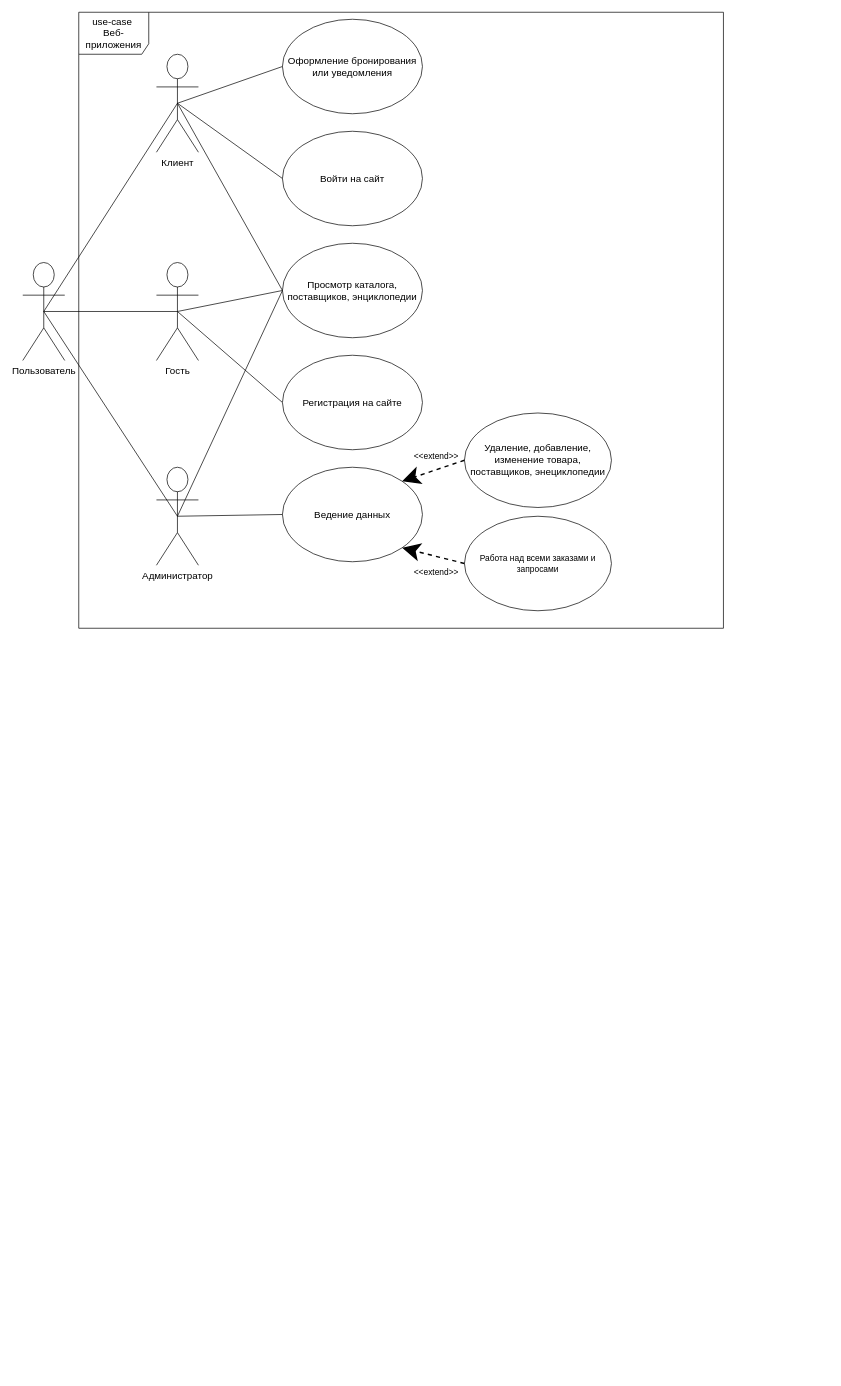
This is documentation/UML Web-appl.drawio from romankuz19/web-application-coursework, a draw.io file, before an edit. Source tidied: cells renumbered, new cells numbered last; positions are measured from the earlier drawing's top-left corner, leaving out a move shared by most shapes. Both pictures are drawn from the tidied source at 70%, with x=0, y=0 at pixel (22, 12).
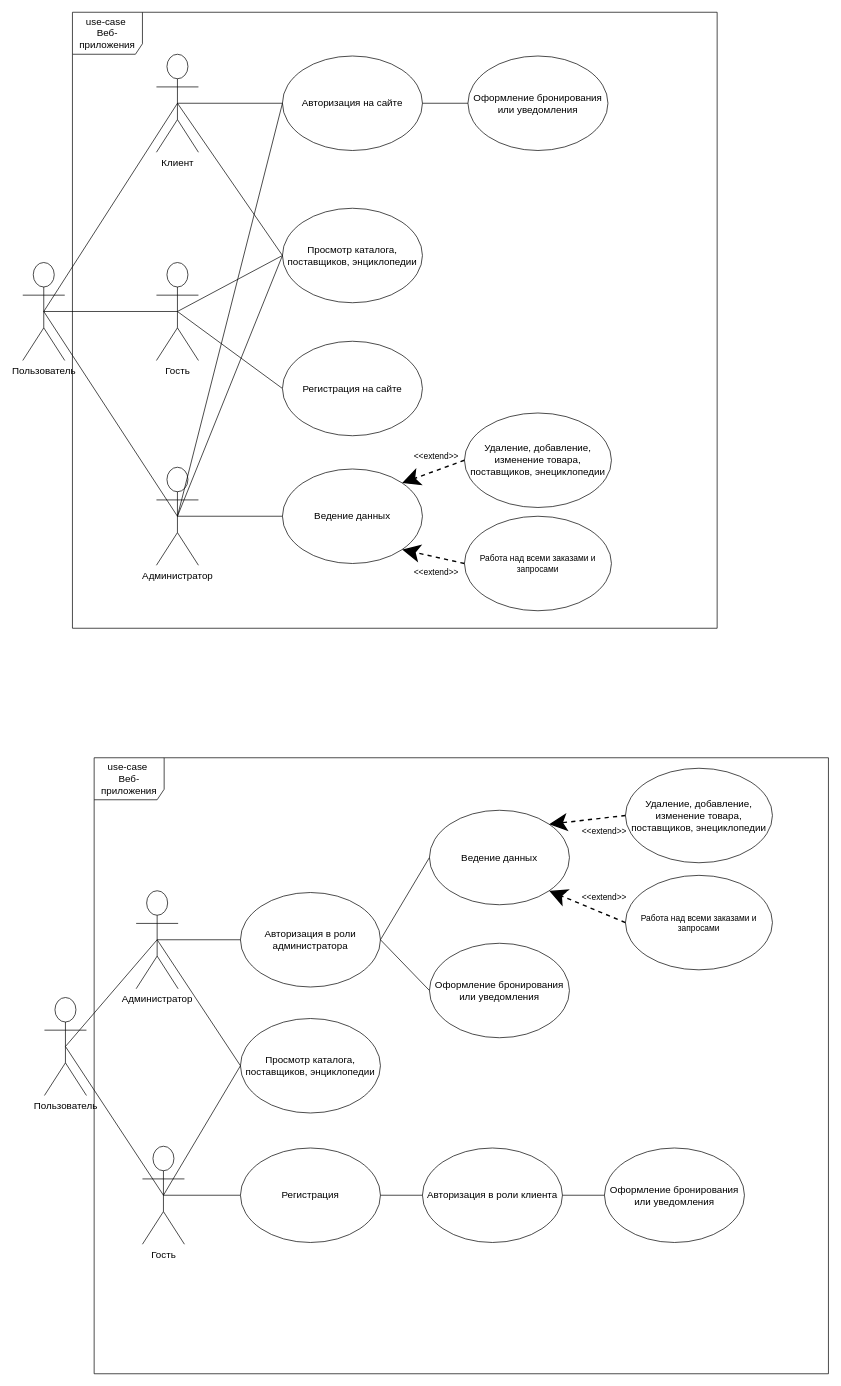
The same diagram, later.

The change refers to these unchanged cells:
```xml
<mxCell id="7" value="&lt;font style=&quot;font-size: 14px&quot;&gt;Клиент&lt;/font&gt;" style="shape=umlActor;verticalLabelPosition=bottom;verticalAlign=top;html=1;" parent="1" vertex="1">
  <mxGeometry x="191" y="60" width="60" height="140" as="geometry" />
</mxCell>
<mxCell id="17" value="&lt;font style=&quot;font-size: 14px&quot;&gt;Администратор&lt;/font&gt;" style="shape=umlActor;verticalLabelPosition=bottom;verticalAlign=top;html=1;" parent="1" vertex="1">
  <mxGeometry x="191" y="650" width="60" height="140" as="geometry" />
</mxCell>
```

What changed in the source:
```diff
@@
     <mxCell id="2" value="&lt;font style=&quot;font-size: 14px&quot;&gt;use-case&amp;nbsp;&lt;br&gt;Веб-приложения&lt;br&gt;&lt;/font&gt;" style="shape=umlFrame;whiteSpace=wrap;html=1;width=100;height=60;perimeterSpacing=0;shadow=0;" parent="1" vertex="1">
-      <mxGeometry x="80" width="921" height="880" as="geometry" />
+      <mxGeometry x="71" width="921" height="880" as="geometry" />
     </mxCell>
@@
     <mxCell id="9" value="&lt;font style=&quot;font-size: 14px&quot;&gt;Регистрация на сайте&lt;/font&gt;" style="ellipse;whiteSpace=wrap;html=1;" parent="1" vertex="1">
-      <mxGeometry x="371" y="490" width="200" height="135" as="geometry" />
+      <mxGeometry x="371" y="470" width="200" height="135" as="geometry" />
     </mxCell>
     <mxCell id="10" value="&lt;font style=&quot;font-size: 14px&quot;&gt;Просмотр каталога, поставщиков, энциклопедии&lt;/font&gt;" style="ellipse;whiteSpace=wrap;html=1;" parent="1" vertex="1">
-      <mxGeometry x="371" y="330" width="200" height="135" as="geometry" />
+      <mxGeometry x="371" y="280" width="200" height="135" as="geometry" />
     </mxCell>
@@
-    <mxCell id="12" value="&lt;font style=&quot;font-size: 14px&quot;&gt;Войти на сайт&lt;/font&gt;" style="ellipse;whiteSpace=wrap;html=1;" parent="1" vertex="1">
-      <mxGeometry x="371" y="170" width="200" height="135" as="geometry" />
+    <mxCell id="12" value="&lt;font style=&quot;font-size: 14px&quot;&gt;Авторизация на сайте&lt;/font&gt;" style="ellipse;whiteSpace=wrap;html=1;" parent="1" vertex="1">
+      <mxGeometry x="371" y="62.5" width="200" height="135" as="geometry" />
     </mxCell>
@@
     <mxCell id="15" value="&lt;span style=&quot;font-size: 14px&quot;&gt;Оформление бронирования или уведомления&lt;/span&gt;" style="ellipse;whiteSpace=wrap;html=1;" parent="1" vertex="1">
-      <mxGeometry x="371" y="10" width="200" height="135" as="geometry" />
+      <mxGeometry x="636" y="62.5" width="200" height="135" as="geometry" />
     </mxCell>
-    <mxCell id="16" style="endArrow=none;html=1;exitX=0.5;exitY=0.5;exitDx=0;exitDy=0;exitPerimeter=0;entryX=0;entryY=0.5;entryDx=0;entryDy=0;" parent="1" edge="1" source="7" target="15">
-      <mxGeometry relative="1" as="geometry" />
-    </mxCell>
@@
     <mxCell id="19" value="&lt;span style=&quot;font-size: 14px&quot;&gt;Ведение данных&lt;/span&gt;" style="ellipse;whiteSpace=wrap;html=1;" parent="1" vertex="1">
-      <mxGeometry x="371" y="650" width="200" height="135" as="geometry" />
+      <mxGeometry x="371" y="652.5" width="200" height="135" as="geometry" />
     </mxCell>
@@
+    <mxCell id="28" style="endArrow=none;html=1;exitX=1;exitY=0.5;exitDx=0;exitDy=0;entryX=0;entryY=0.5;entryDx=0;entryDy=0;" parent="1" edge="1" source="12" target="15">
+      <mxGeometry relative="1" as="geometry" />
+    </mxCell>
+    <mxCell id="29" style="endArrow=none;html=1;exitX=0.5;exitY=0.5;exitDx=0;exitDy=0;exitPerimeter=0;entryX=0;entryY=0.5;entryDx=0;entryDy=0;" parent="1" edge="1" source="17" target="12">
+      <mxGeometry relative="1" as="geometry" />
+    </mxCell>
+    <mxCell id="30" value="&lt;font style=&quot;font-size: 14px&quot;&gt;use-case&amp;nbsp;&lt;br&gt;Веб-приложения&lt;br&gt;&lt;/font&gt;" style="shape=umlFrame;whiteSpace=wrap;html=1;width=100;height=60;perimeterSpacing=0;shadow=0;" parent="1" vertex="1">
+      <mxGeometry x="102" y="1065" width="1049" height="880" as="geometry" />
+    </mxCell>
+    <mxCell id="31" value="&lt;font style=&quot;font-size: 14px&quot;&gt;Пользователь&lt;/font&gt;" style="shape=umlActor;verticalLabelPosition=bottom;verticalAlign=top;html=1;" parent="1" vertex="1">
+      <mxGeometry x="31" y="1407.5" width="60" height="140" as="geometry" />
+    </mxCell>
+    <mxCell id="32" style="endArrow=none;html=1;entryX=0.5;entryY=0.5;entryDx=0;entryDy=0;exitX=0.5;exitY=0.5;exitDx=0;exitDy=0;exitPerimeter=0;entryPerimeter=0;" parent="1" edge="1" source="31" target="33">
+      <mxGeometry relative="1" as="geometry" />
+    </mxCell>
+    <mxCell id="33" value="&lt;font style=&quot;font-size: 14px&quot;&gt;Гость&lt;/font&gt;" style="shape=umlActor;verticalLabelPosition=bottom;verticalAlign=top;html=1;" parent="1" vertex="1">
+      <mxGeometry x="171" y="1620" width="60" height="140" as="geometry" />
+    </mxCell>
+    <mxCell id="34" style="endArrow=none;html=1;exitX=0.5;exitY=0.5;exitDx=0;exitDy=0;exitPerimeter=0;entryX=0;entryY=0.5;entryDx=0;entryDy=0;" parent="1" edge="1" source="33" target="35">
+      <mxGeometry relative="1" as="geometry" />
+    </mxCell>
+    <mxCell id="35" value="&lt;font style=&quot;font-size: 14px&quot;&gt;Регистрация&lt;/font&gt;" style="ellipse;whiteSpace=wrap;html=1;" parent="1" vertex="1">
+      <mxGeometry x="311" y="1622.5" width="200" height="135" as="geometry" />
+    </mxCell>
+    <mxCell id="36" value="&lt;font style=&quot;font-size: 14px&quot;&gt;Просмотр каталога, поставщиков, энциклопедии&lt;/font&gt;" style="ellipse;whiteSpace=wrap;html=1;" parent="1" vertex="1">
+      <mxGeometry x="311" y="1437.5" width="200" height="135" as="geometry" />
+    </mxCell>
+    <mxCell id="37" style="endArrow=none;html=1;exitX=0.5;exitY=0.5;exitDx=0;exitDy=0;exitPerimeter=0;entryX=0;entryY=0.5;entryDx=0;entryDy=0;" parent="1" edge="1" source="33" target="36">
+      <mxGeometry relative="1" as="geometry" />
+    </mxCell>
+    <mxCell id="38" value="&lt;font style=&quot;font-size: 14px&quot;&gt;Авторизация в роли клиента&lt;/font&gt;" style="ellipse;whiteSpace=wrap;html=1;" parent="1" vertex="1">
+      <mxGeometry x="571" y="1622.5" width="200" height="135" as="geometry" />
+    </mxCell>
+    <mxCell id="39" value="&lt;span style=&quot;font-size: 14px&quot;&gt;Оформление бронирования или уведомления&lt;/span&gt;" style="ellipse;whiteSpace=wrap;html=1;" parent="1" vertex="1">
+      <mxGeometry x="831" y="1622.5" width="200" height="135" as="geometry" />
+    </mxCell>
+    <mxCell id="40" value="&lt;font style=&quot;font-size: 14px&quot;&gt;Администратор&lt;/font&gt;" style="shape=umlActor;verticalLabelPosition=bottom;verticalAlign=top;html=1;" parent="1" vertex="1">
+      <mxGeometry x="162" y="1255" width="60" height="140" as="geometry" />
+    </mxCell>
+    <mxCell id="41" style="endArrow=none;html=1;entryX=0.5;entryY=0.5;entryDx=0;entryDy=0;exitX=0.5;exitY=0.5;exitDx=0;exitDy=0;exitPerimeter=0;entryPerimeter=0;" parent="1" edge="1" source="31" target="40">
+      <mxGeometry relative="1" as="geometry" />
+    </mxCell>
+    <mxCell id="42" value="&lt;span style=&quot;font-size: 14px&quot;&gt;Ведение данных&lt;/span&gt;" style="ellipse;whiteSpace=wrap;html=1;" parent="1" vertex="1">
+      <mxGeometry x="581" y="1140" width="200" height="135" as="geometry" />
+    </mxCell>
+    <mxCell id="43" value="&lt;span style=&quot;font-size: 14px&quot;&gt;Удаление, добавление, изменение товара, поставщиков, энециклопедии&lt;/span&gt;" style="ellipse;whiteSpace=wrap;html=1;" parent="1" vertex="1">
+      <mxGeometry x="861" y="1080" width="210" height="135" as="geometry" />
+    </mxCell>
+    <mxCell id="44" value="Работа над всеми заказами и запросами" style="ellipse;whiteSpace=wrap;html=1;" parent="1" vertex="1">
+      <mxGeometry x="861" y="1233" width="210" height="135" as="geometry" />
+    </mxCell>
+    <mxCell id="45" style="endArrow=none;html=1;exitX=0.5;exitY=0.5;exitDx=0;exitDy=0;exitPerimeter=0;entryX=0;entryY=0.5;entryDx=0;entryDy=0;" parent="1" edge="1" source="40" target="36">
+      <mxGeometry relative="1" as="geometry" />
+    </mxCell>
+    <mxCell id="46" style="edgeStyle=none;rounded=0;jumpStyle=none;jumpSize=21;jettySize=auto;html=1;exitX=0;exitY=0.5;exitDx=0;exitDy=0;entryX=1;entryY=0;entryDx=0;entryDy=0;dashed=1;startSize=19;endSize=20;strokeWidth=2;" parent="1" edge="1" source="43" target="42">
+      <mxGeometry relative="1" as="geometry" />
+    </mxCell>
+    <mxCell id="47" value="&amp;lt;&amp;lt;extend&amp;gt;&amp;gt;" style="text;html=1;strokeColor=none;fillColor=none;align=center;verticalAlign=middle;whiteSpace=wrap;rounded=0;shadow=0;" parent="1" vertex="1">
+      <mxGeometry x="811" y="1160" width="40" height="20" as="geometry" />
+    </mxCell>
+    <mxCell id="48" style="edgeStyle=none;rounded=0;jumpStyle=none;jumpSize=21;jettySize=auto;html=1;exitX=0;exitY=0.5;exitDx=0;exitDy=0;entryX=1;entryY=1;entryDx=0;entryDy=0;dashed=1;startSize=19;endSize=20;strokeWidth=2;" parent="1" edge="1" source="44" target="42">
+      <mxGeometry relative="1" as="geometry" />
+    </mxCell>
+    <mxCell id="49" value="&amp;lt;&amp;lt;extend&amp;gt;&amp;gt;" style="text;html=1;strokeColor=none;fillColor=none;align=center;verticalAlign=middle;whiteSpace=wrap;rounded=0;shadow=0;" parent="1" vertex="1">
+      <mxGeometry x="811" y="1255" width="40" height="20" as="geometry" />
+    </mxCell>
+    <mxCell id="50" style="endArrow=none;html=1;exitX=1;exitY=0.5;exitDx=0;exitDy=0;entryX=0;entryY=0.5;entryDx=0;entryDy=0;" parent="1" edge="1" source="38" target="39">
+      <mxGeometry relative="1" as="geometry" />
+    </mxCell>
+    <mxCell id="51" style="endArrow=none;html=1;exitX=1;exitY=0.5;exitDx=0;exitDy=0;entryX=0;entryY=0.5;entryDx=0;entryDy=0;" parent="1" edge="1" source="35" target="38">
+      <mxGeometry relative="1" as="geometry" />
+    </mxCell>
+    <mxCell id="52" value="&lt;font style=&quot;font-size: 14px&quot;&gt;Авторизация в роли администратора&lt;/font&gt;" style="ellipse;whiteSpace=wrap;html=1;" parent="1" vertex="1">
+      <mxGeometry x="311" y="1257.5" width="200" height="135" as="geometry" />
+    </mxCell>
+    <mxCell id="53" style="endArrow=none;html=1;exitX=0.5;exitY=0.5;exitDx=0;exitDy=0;exitPerimeter=0;entryX=0;entryY=0.5;entryDx=0;entryDy=0;" parent="1" edge="1" source="40" target="52">
+      <mxGeometry relative="1" as="geometry" />
+    </mxCell>
+    <mxCell id="54" style="endArrow=none;html=1;exitX=1;exitY=0.5;exitDx=0;exitDy=0;entryX=0;entryY=0.5;entryDx=0;entryDy=0;" parent="1" edge="1" source="52" target="42">
+      <mxGeometry relative="1" as="geometry" />
+    </mxCell>
+    <mxCell id="55" value="&lt;span style=&quot;font-size: 14px&quot;&gt;Оформление бронирования или уведомления&lt;/span&gt;" style="ellipse;whiteSpace=wrap;html=1;" parent="1" vertex="1">
+      <mxGeometry x="581" y="1330" width="200" height="135" as="geometry" />
+    </mxCell>
+    <mxCell id="56" style="endArrow=none;html=1;exitX=1;exitY=0.5;exitDx=0;exitDy=0;entryX=0;entryY=0.5;entryDx=0;entryDy=0;" parent="1" edge="1" source="52" target="55">
+      <mxGeometry relative="1" as="geometry" />
+    </mxCell>
```
